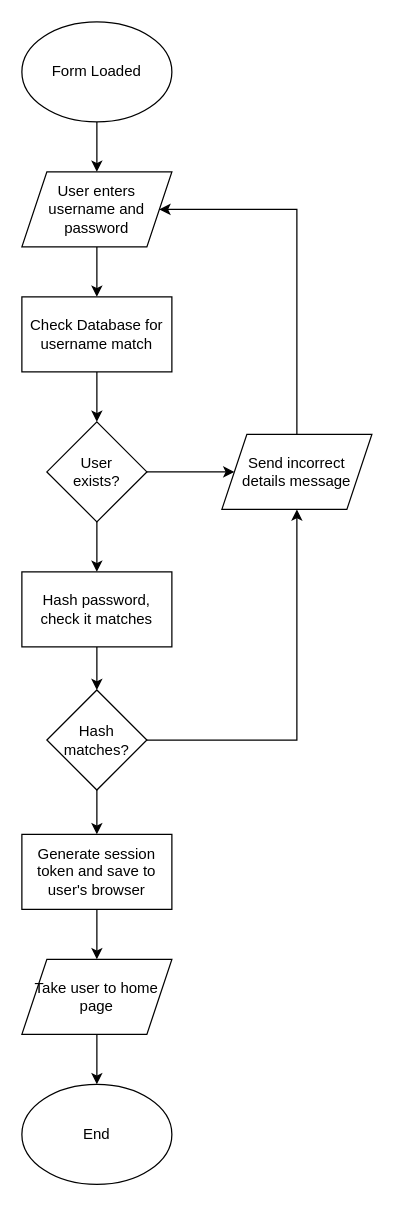
Earlier version of the draw.io diagram design/Login Page.drawio (Boxersteavee/nea). Source tidied: cells renumbered, new cells numbered last; positions are measured from the earlier drawing's top-left corner, leaving out a move shared by most shapes. Both pictures are drawn from the tidied source at 125%, with x=0, y=0 at pixel (21, 21).
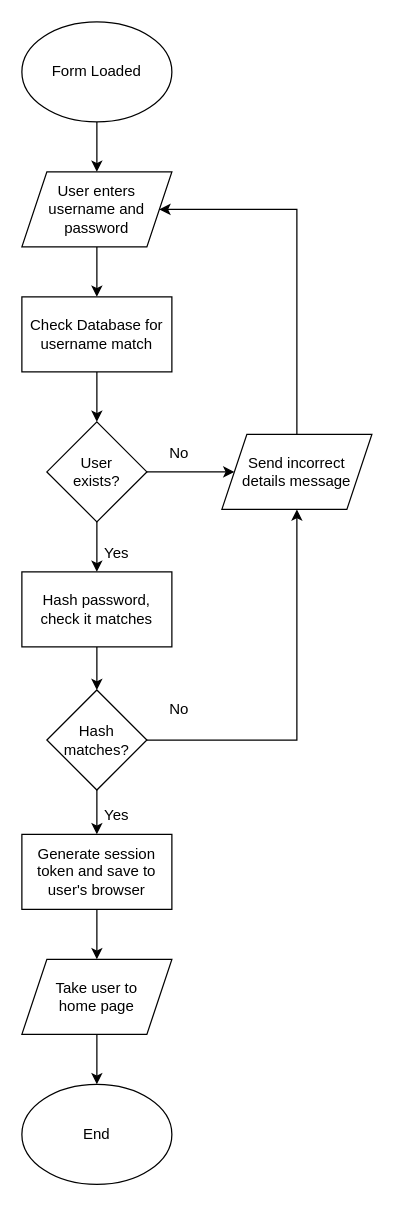
The same diagram, later.

Diff of the diagram source:
```diff
@@
-    <mxCell id="22" value="Take user to home page" style="shape=parallelogram;perimeter=parallelogramPerimeter;whiteSpace=wrap;html=1;fixedSize=1;" parent="1" vertex="1">
+    <mxCell id="22" value="Take user to&lt;div&gt;home page&lt;/div&gt;" style="shape=parallelogram;perimeter=parallelogramPerimeter;whiteSpace=wrap;html=1;fixedSize=1;" parent="1" vertex="1">
       <mxGeometry y="750" width="120" height="60" as="geometry" />
     </mxCell>
+    <mxCell id="23" value="Yes" style="text;html=1;whiteSpace=wrap;strokeColor=none;fillColor=none;align=center;verticalAlign=middle;rounded=0;" parent="1" vertex="1">
+      <mxGeometry x="46" y="410" width="60" height="30" as="geometry" />
+    </mxCell>
+    <mxCell id="24" value="Yes" style="text;html=1;whiteSpace=wrap;strokeColor=none;fillColor=none;align=center;verticalAlign=middle;rounded=0;" parent="1" vertex="1">
+      <mxGeometry x="46" y="620" width="60" height="30" as="geometry" />
+    </mxCell>
+    <mxCell id="25" value="No" style="text;html=1;whiteSpace=wrap;strokeColor=none;fillColor=none;align=center;verticalAlign=middle;rounded=0;" parent="1" vertex="1">
+      <mxGeometry x="96" y="330" width="60" height="30" as="geometry" />
+    </mxCell>
+    <mxCell id="26" value="No" style="text;html=1;whiteSpace=wrap;strokeColor=none;fillColor=none;align=center;verticalAlign=middle;rounded=0;" parent="1" vertex="1">
+      <mxGeometry x="96" y="535" width="60" height="30" as="geometry" />
+    </mxCell>
```
